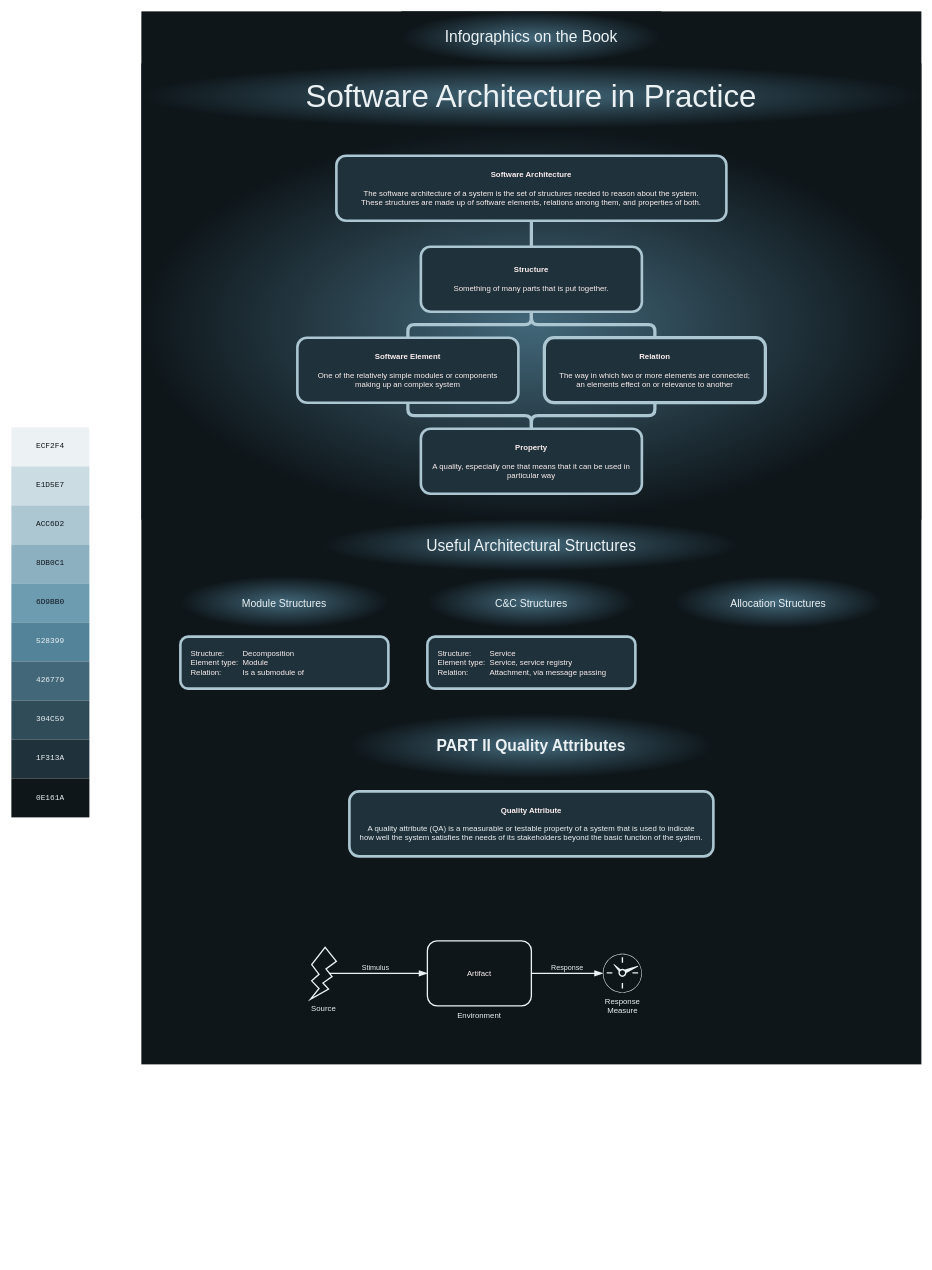
The draw.io diagram page "Page-1" (1 of 2) of infographics-software-architecture-in-practise-4th-ed.drawio in HenrikSamuelsson/reading-sw-architecture-in-practice-4th, before the edit. Source tidied: cells renumbered, new cells numbered last; positions are measured from the earlier drawing's top-left corner, leaving out a move shared by most shapes. Both pictures are drawn from the tidied source at 65%, with x=0, y=0 at pixel (11, 11).
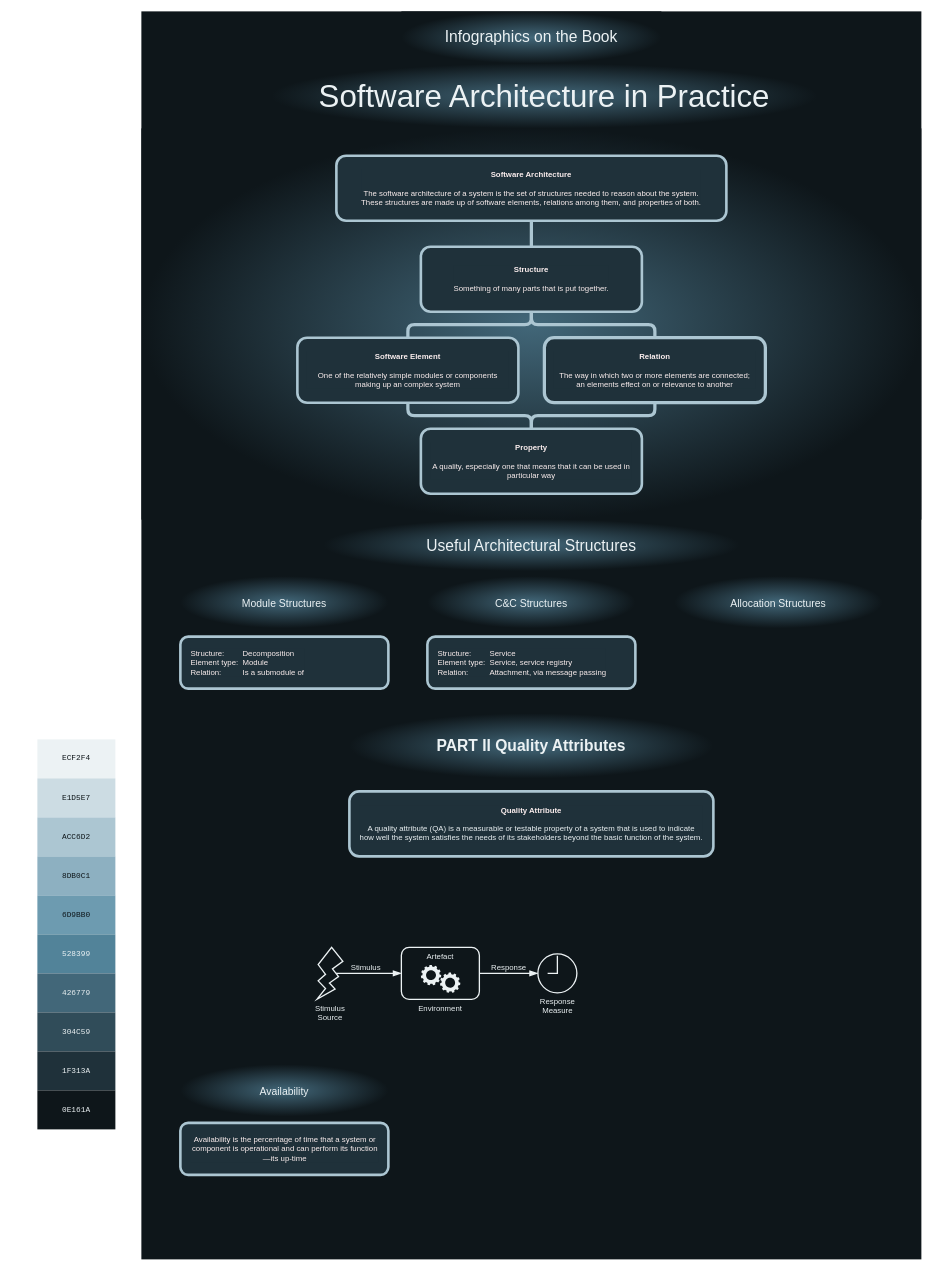
After the change.

Commit message:
Add definition of availability.

The edit, as a diff of the source:
```diff
@@
     <mxCell id="2" style="rounded=0;whiteSpace=wrap;html=1;fontSize=24;fillColor=#0e161a;strokeColor=none;gradientColor=none;gradientDirection=radial;" parent="1" vertex="1">
-      <mxGeometry x="200" width="1200" height="1620" as="geometry" />
+      <mxGeometry x="200" width="1200" height="1920" as="geometry" />
     </mxCell>
@@
     <mxCell id="6" style="group;" parent="1" vertex="1">
-      <mxGeometry y="640" width="120" height="600" as="geometry" />
+      <mxGeometry x="40" y="1120" width="120" height="600" as="geometry" />
     </mxCell>
@@
     <mxCell id="31" value="&lt;font color=&quot;#ecf2f4&quot; style=&quot;font-size: 48px;&quot;&gt;Software Architecture in Practice&lt;/font&gt;" style="rounded=0;whiteSpace=wrap;html=1;fontSize=24;fillColor=#426779;strokeColor=none;gradientColor=#0e161a;gradientDirection=radial;" parent="17" vertex="1">
-      <mxGeometry x="200" y="80" width="1200" height="100" as="geometry" />
+      <mxGeometry x="400" y="80" width="840" height="100" as="geometry" />
     </mxCell>
@@
+    <mxCell id="44" style="group;" parent="17" vertex="1">
+      <mxGeometry x="470" y="1440" width="400" height="109" as="geometry" />
+    </mxCell>
+    <mxCell id="42" value="Response&lt;br style=&quot;font-size: 12px;&quot;&gt;Measure" style="html=1;verticalLabelPosition=bottom;align=center;labelBackgroundColor=none;verticalAlign=top;strokeWidth=2;strokeColor=#ecf2f4;shadow=0;dashed=0;shape=mxgraph.ios7.icons.clock;fillColor=#0e161a;fontColor=#ecf2f4;fontSize=12;" parent="44" vertex="1">
+      <mxGeometry x="340" y="10" width="60" height="60" as="geometry" />
+    </mxCell>
+    <mxCell id="45" style="group;fontSize=12;" parent="44" vertex="1">
+      <mxGeometry x="130" width="120" height="109" as="geometry" />
+    </mxCell>
+    <mxCell id="43" value="Environment" style="text;html=1;strokeColor=none;fillColor=none;align=center;verticalAlign=middle;whiteSpace=wrap;rounded=0;labelBackgroundColor=none;strokeWidth=2;fontColor=#ECF2F4;fontSize=12;" parent="45" vertex="1">
+      <mxGeometry x="30" y="79" width="60" height="30" as="geometry" />
+    </mxCell>
+    <mxCell id="46" style="group;fontSize=12;" parent="45" vertex="1">
+      <mxGeometry width="120" height="80" as="geometry" />
+    </mxCell>
+    <mxCell id="47" value="Artefact" style="rounded=1;whiteSpace=wrap;html=1;labelBackgroundColor=none;strokeColor=#ecf2f4;fontColor=#ecf2f4;fillColor=#0e161a;strokeWidth=2;verticalAlign=top;fontSize=12;" parent="46" vertex="1">
+      <mxGeometry width="120" height="80" as="geometry" />
+    </mxCell>
+    <mxCell id="48" style="group;fontSize=12;" parent="46" vertex="1">
+      <mxGeometry x="30" y="27" width="60.7" height="43" as="geometry" />
+    </mxCell>
+    <mxCell id="49" style="sketch=0;html=1;strokeColor=none;shadow=0;align=center;verticalAlign=top;fillColor=#ecf2f4;shape=mxgraph.gcp2.gear;labelBackgroundColor=none;fontColor=#ecf2f4;fontSize=12;" parent="48" vertex="1">
+      <mxGeometry width="31.3" height="31.3" as="geometry" />
+    </mxCell>
+    <mxCell id="50" style="sketch=0;html=1;strokeColor=none;shadow=0;align=center;verticalAlign=top;fillColor=#ecf2f4;shape=mxgraph.gcp2.gear;labelBackgroundColor=none;fontColor=#ecf2f4;fontSize=12;" parent="48" vertex="1">
+      <mxGeometry x="29.4" y="11.7" width="31.3" height="31.3" as="geometry" />
+    </mxCell>
+    <mxCell id="40" value="Stimulus" style="edgeStyle=orthogonalEdgeStyle;rounded=0;jettySize=auto;html=1;exitX=0.5;exitY=0.5;exitDx=0;exitDy=0;strokeWidth=2;strokeColor=#ecf2f4;endArrow=blockThin;endFill=1;endSize=8;startSize=8;exitPerimeter=0;labelBackgroundColor=none;fontColor=#ECF2F4;verticalAlign=bottom;entryX=0;entryY=0.5;entryDx=0;entryDy=0;fontSize=12;" parent="44" edge="1" source="41" target="47">
+      <mxGeometry relative="1" as="geometry" />
+    </mxCell>
-    <mxCell id="38" value="Response" style="edgeStyle=orthogonalEdgeStyle;rounded=0;jettySize=auto;html=1;exitX=1;exitY=0.5;exitDx=0;exitDy=0;entryX=0;entryY=0.5;entryDx=0;entryDy=0;entryPerimeter=0;strokeColor=#ecf2f4;strokeWidth=2;fontColor=#ECF2F4;endArrow=blockThin;endFill=1;startSize=8;endSize=8;labelBackgroundColor=none;verticalAlign=bottom;" parent="17" edge="1" source="39" target="42">
+    <mxCell id="38" value="Response" style="edgeStyle=orthogonalEdgeStyle;rounded=0;jettySize=auto;html=1;exitX=1;exitY=0.5;exitDx=0;exitDy=0;entryX=0;entryY=0.5;entryDx=0;entryDy=0;entryPerimeter=0;strokeColor=#ecf2f4;strokeWidth=2;fontColor=#ECF2F4;endArrow=blockThin;endFill=1;startSize=8;endSize=8;labelBackgroundColor=none;verticalAlign=bottom;fontSize=12;" parent="44" edge="1" source="47" target="42">
       <mxGeometry relative="1" as="geometry" />
     </mxCell>
-    <mxCell id="39" value="&lt;font color=&quot;#fcefef&quot;&gt;Artifact&lt;/font&gt;&lt;font color=&quot;#fcefef&quot;&gt;&lt;br&gt;&lt;/font&gt;" style="rounded=1;whiteSpace=wrap;html=1;labelBackgroundColor=none;fontColor=#ecf2f4;fillColor=#0e161a;strokeColor=#ecf2f4;strokeWidth=2;spacing=17;" parent="17" vertex="1">
-      <mxGeometry x="640" y="1430" width="160" height="100" as="geometry" />
-    </mxCell>
-    <mxCell id="40" value="Stimulus" style="edgeStyle=orthogonalEdgeStyle;rounded=0;jettySize=auto;html=1;exitX=0.5;exitY=0.5;exitDx=0;exitDy=0;entryX=0;entryY=0.5;entryDx=0;entryDy=0;strokeWidth=2;strokeColor=#ecf2f4;endArrow=blockThin;endFill=1;endSize=8;startSize=8;exitPerimeter=0;labelBackgroundColor=none;fontColor=#ECF2F4;verticalAlign=bottom;" parent="17" edge="1" source="41" target="39">
-      <mxGeometry relative="1" as="geometry" />
-    </mxCell>
-    <mxCell id="41" value="&lt;font color=&quot;#ecf2f4&quot;&gt;Source&lt;/font&gt;" style="verticalLabelPosition=bottom;verticalAlign=top;html=1;shape=mxgraph.basic.flash;strokeColor=#ecf2f4;strokeWidth=2;fillColor=#0e161a;rotation=0;" parent="17" vertex="1">
-      <mxGeometry x="460" y="1440" width="40" height="80" as="geometry" />
+    <mxCell id="41" value="&lt;font color=&quot;#ecf2f4&quot; style=&quot;font-size: 12px;&quot;&gt;Stimulus&lt;br style=&quot;font-size: 12px;&quot;&gt;Source&lt;br style=&quot;font-size: 12px;&quot;&gt;&lt;/font&gt;" style="verticalLabelPosition=bottom;verticalAlign=top;html=1;shape=mxgraph.basic.flash;strokeColor=#ecf2f4;strokeWidth=2;fillColor=#0e161a;rotation=0;fontSize=12;" parent="44" vertex="1">
+      <mxGeometry width="40" height="80" as="geometry" />
     </mxCell>
-    <mxCell id="42" value="Response&lt;br&gt;Measure" style="sketch=0;points=[[0.5,0,0],[1,0.5,0],[0.5,1,0],[0,0.5,0],[0.145,0.145,0],[0.8555,0.145,0],[0.855,0.8555,0],[0.145,0.855,0]];verticalLabelPosition=bottom;html=1;verticalAlign=top;align=center;shape=mxgraph.cisco19.rect;prIcon=clock;fillColor=#0e161a;strokeColor=#ecf2f4;labelBackgroundColor=none;strokeWidth=2;fontColor=#ECF2F4;perimeterSpacing=0;" parent="17" vertex="1">
-      <mxGeometry x="910" y="1450" width="60" height="60" as="geometry" />
-    </mxCell>
-    <mxCell id="43" value="Environment" style="text;html=1;strokeColor=none;fillColor=none;align=center;verticalAlign=middle;whiteSpace=wrap;rounded=0;labelBackgroundColor=none;strokeWidth=2;fontColor=#ECF2F4;" parent="17" vertex="1">
-      <mxGeometry x="690" y="1530" width="60" height="30" as="geometry" />
-    </mxCell>
+    <mxCell id="51" value="&lt;font style=&quot;font-size: 16px;&quot;&gt;Availability&lt;/font&gt;" style="rounded=0;whiteSpace=wrap;html=1;fontSize=24;fillColor=#426779;strokeColor=none;gradientColor=#0e161a;gradientDirection=radial;fontColor=#ECF2F4;" parent="17" vertex="1">
+      <mxGeometry x="260" y="1620" width="320" height="80" as="geometry" />
+    </mxCell>
+    <mxCell id="52" value="&lt;div style=&quot;text-align: center;&quot;&gt;&lt;font color=&quot;#fcefef&quot;&gt;Availability is the percentage of time that a system or component is operational and can perform its function—its up-time&lt;/font&gt;&lt;br&gt;&lt;/div&gt;" style="rounded=1;whiteSpace=wrap;html=1;labelBackgroundColor=#1f313a;fontColor=#ecf2f4;fillColor=#1f313a;strokeColor=#acc6d2;strokeWidth=4;spacing=16;align=left;" parent="17" vertex="1">
+      <mxGeometry x="260" y="1710" width="320" height="80" as="geometry" />
+    </mxCell>
```
